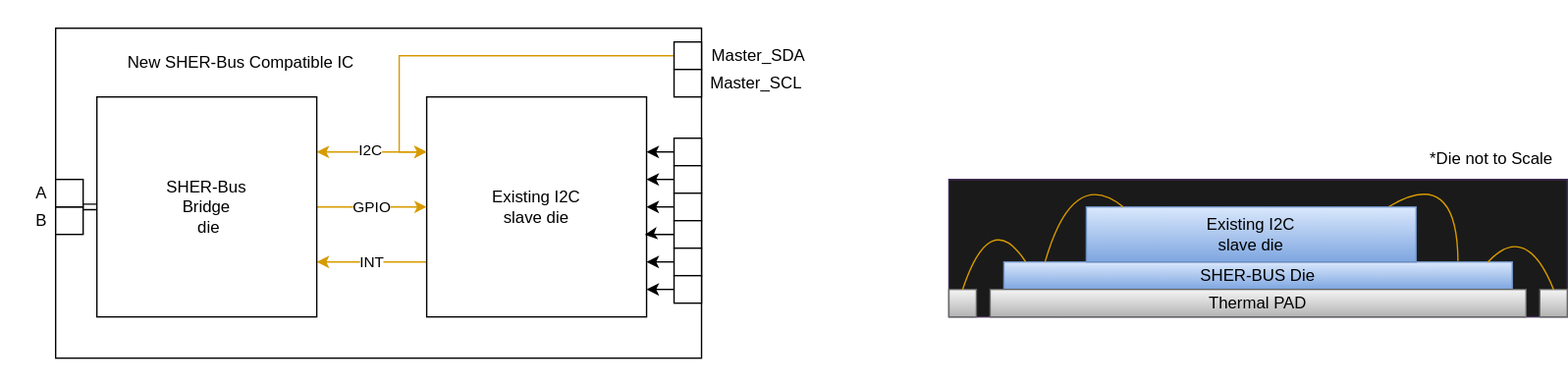
The draw.io diagram Intergrated_bridge.svg in cdg66/BUS_figures, before a commit. Source tidied: cells renumbered, new cells last; positions are measured from the earlier drawing's top-left corner, leaving out a move shared by most shapes.
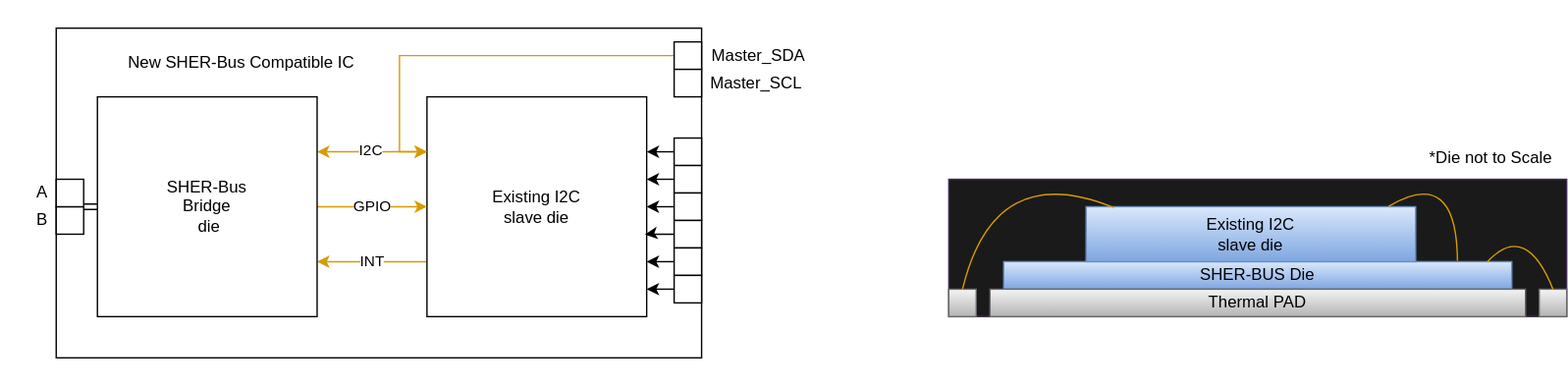
The same diagram one commit later.

Change to the diagram source:
```diff
@@ -116,22 +116,13 @@
     <mxCell id="38" value="*Die not to Scale" style="text;html=1;strokeColor=none;fillColor=none;align=center;verticalAlign=middle;whiteSpace=wrap;rounded=0;" parent="1" vertex="1">
       <mxGeometry x="1030" y="105" width="110" height="20" as="geometry" />
     </mxCell>
-    <mxCell id="39" style="endArrow=none;html=1;curved=1;exitX=0.077;exitY=-0.014;exitDx=0;exitDy=0;exitPerimeter=0;entryX=0.106;entryY=-0.005;entryDx=0;entryDy=0;entryPerimeter=0;fillColor=#ffe6cc;strokeColor=#d79b00;" parent="1" edge="1">
+    <mxCell id="39" style="endArrow=none;html=1;curved=1;exitX=0.5;exitY=0;exitDx=0;exitDy=0;entryX=0.084;entryY=0.017;entryDx=0;entryDy=0;entryPerimeter=0;fillColor=#ffe6cc;strokeColor=#d79b00;" parent="1" edge="1" source="37" target="35">
       <mxGeometry relative="1" as="geometry">
-        <mxPoint x="760" y="190" as="sourcePoint" />
-        <mxPoint x="817" y="150.1" as="targetPoint" />
         <Array as="points">
-          <mxPoint x="780" y="120" />
+          <mxPoint x="723" y="115" />
         </Array>
       </mxGeometry>
     </mxCell>
-    <mxCell id="40" style="endArrow=none;html=1;curved=1;entryX=0.043;entryY=0.001;entryDx=0;entryDy=0;entryPerimeter=0;exitX=0.5;exitY=0;exitDx=0;exitDy=0;fillColor=#ffe6cc;strokeColor=#d79b00;" parent="1" edge="1" source="37" target="34">
-      <mxGeometry relative="1" as="geometry">
-        <Array as="points">
-          <mxPoint x="720" y="150" />
-        </Array>
-      </mxGeometry>
-    </mxCell>
     <mxCell id="41" style="endArrow=none;html=1;entryX=0.893;entryY=-0.033;entryDx=0;entryDy=0;entryPerimeter=0;exitX=0.918;exitY=-0.008;exitDx=0;exitDy=0;exitPerimeter=0;curved=1;fillColor=#ffe6cc;strokeColor=#d79b00;" parent="1" edge="1" source="35" target="34">
       <mxGeometry relative="1" as="geometry">
         <Array as="points">
```
